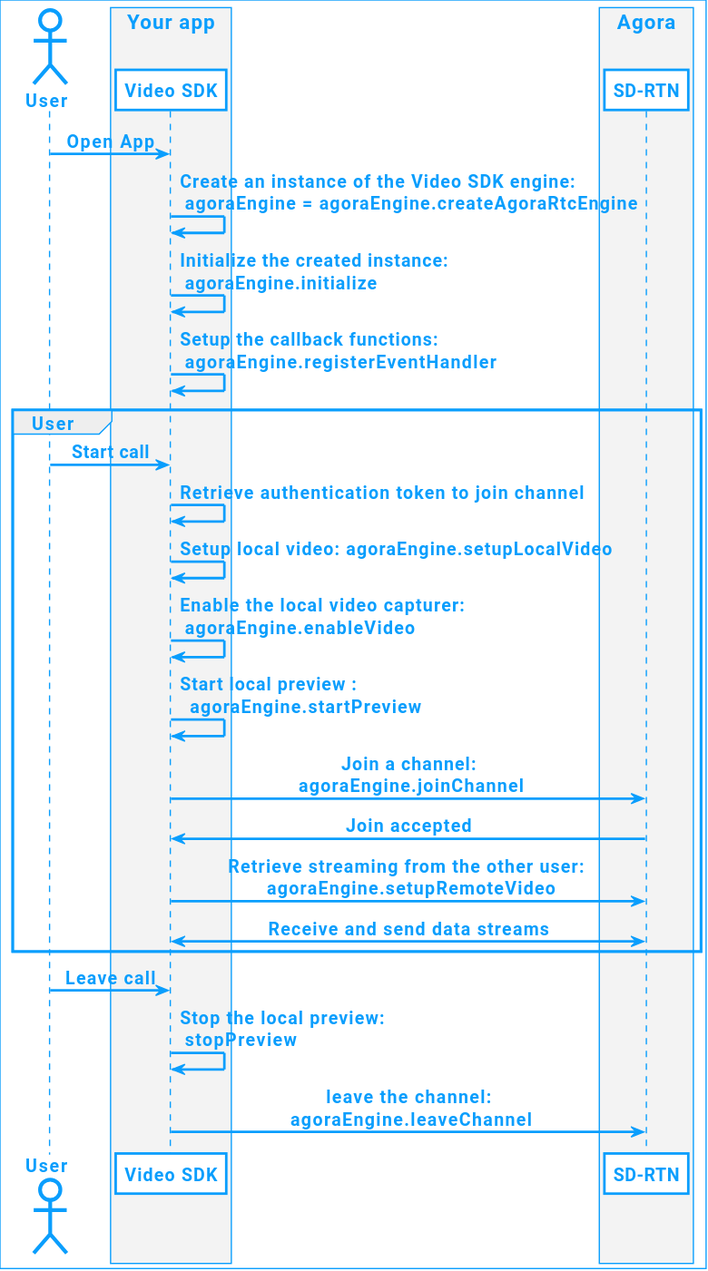
AgoraIO/Docs-Source keeps this PlantUML diagram as assets/images/video-sdk/video-call-logic-electron.svg. Above is the earlier version. Its diagram source:
```plantuml
@startuml video-call-logic-electron
!include agora_skin.iuml

actor "User" as USR

box "Your app"

participant "Video SDK" as APP

end box

box "Agora"

participant "SD-RTN" as API

end box

USR -> APP: Open App
APP -> APP: Create an instance of the Video SDK engine:\n agoraEngine = agoraEngine.createAgoraRtcEngine
APP -> APP: Initialize the created instance: \n agoraEngine.initialize
APP -> APP: Setup the callback functions: \n agoraEngine.registerEventHandler

group User
USR -> APP: Start call
APP->APP: Retrieve authentication token to join channel
APP -> APP: Setup local video: agoraEngine.setupLocalVideo
APP -> APP : Enable the local video capturer: \n agoraEngine.enableVideo
APP -> APP : Start local preview :\n  agoraEngine.startPreview
APP -> API: Join a channel:\n agoraEngine.joinChannel
API -> APP : Join accepted
APP -> API: Retrieve streaming from the other user: \n agoraEngine.setupRemoteVideo
API <-> APP: Receive and send data streams
end
USR -> APP: Leave call
APP -> APP: Stop the local preview: \n stopPreview
APP -> API: leave the channel:\n agoraEngine.leaveChannel

@enduml
```
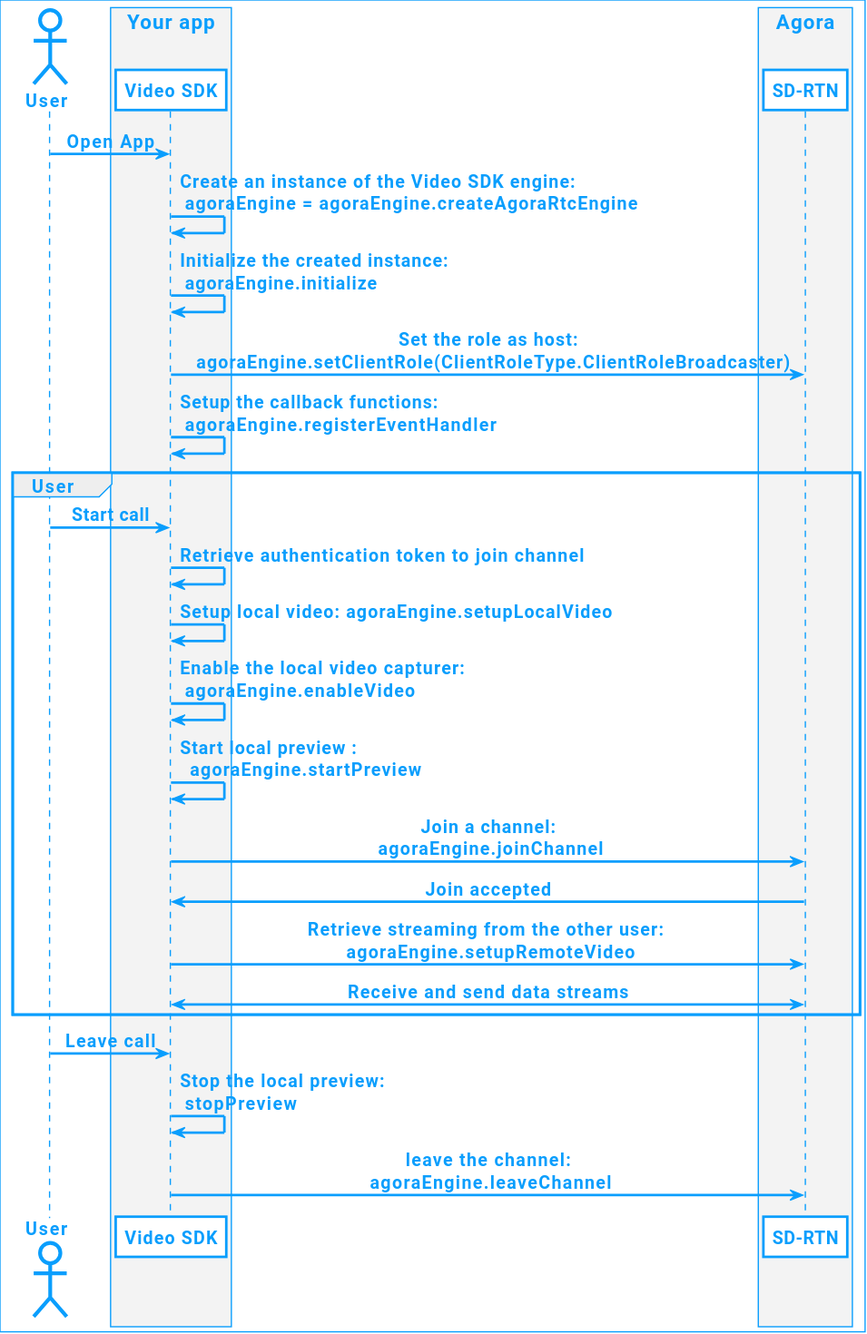
Later version of the same file.

The edit, as a diff of the source:
```diff
@@ -18,6 +18,7 @@
 USR -> APP: Open App
 APP -> APP: Create an instance of the Video SDK engine:\n agoraEngine = agoraEngine.createAgoraRtcEngine
 APP -> APP: Initialize the created instance: \n agoraEngine.initialize
+APP -> API: Set the role as host:\n  agoraEngine.setClientRole(ClientRoleType.ClientRoleBroadcaster)
 APP -> APP: Setup the callback functions: \n agoraEngine.registerEventHandler
 
 group User
```
